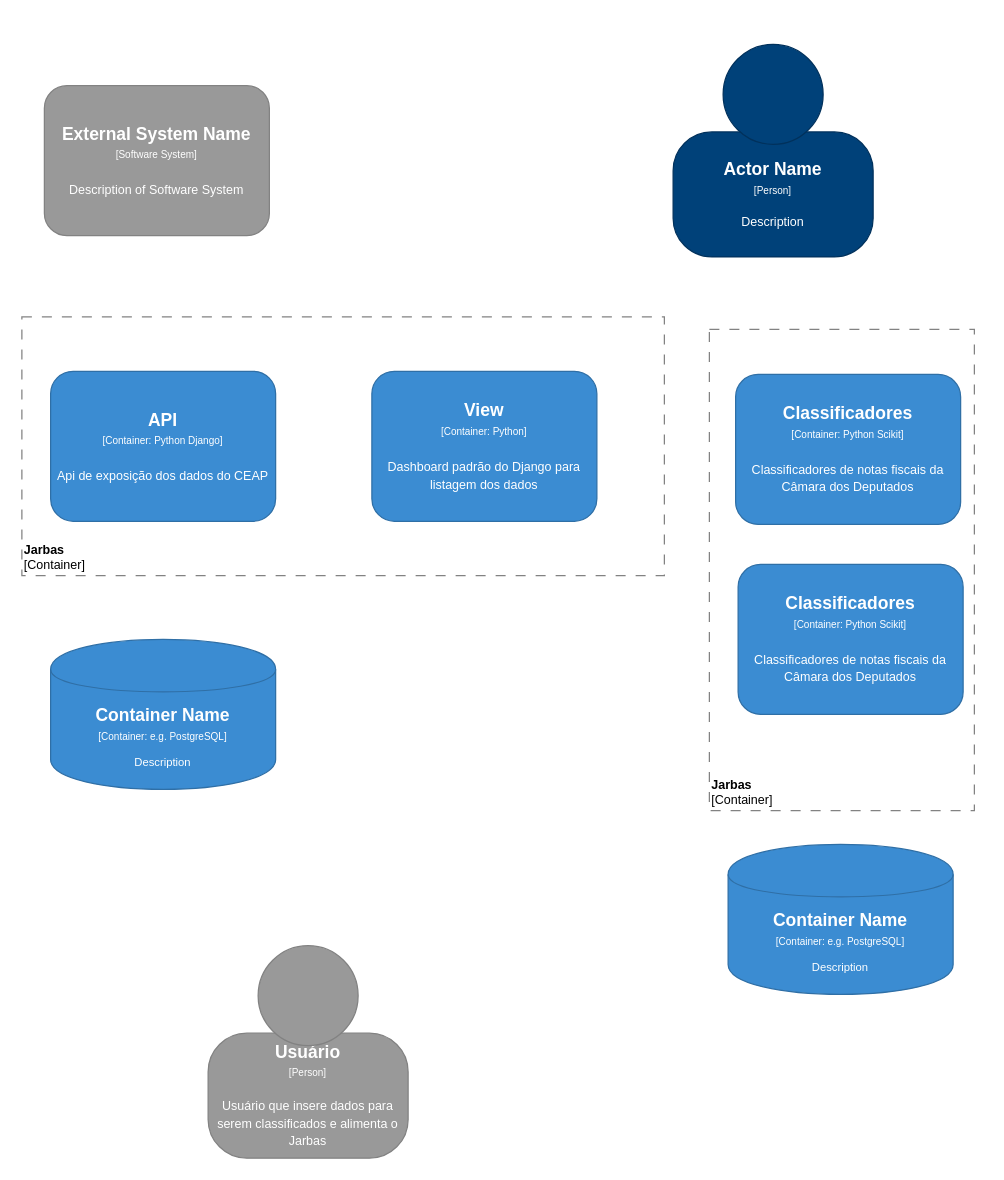
This is page "Containers Rosie e Jarbas" (4 of 5) of content/posts/serenata-de-amor/diagramas.drawio from joaoarthurbm/arqsoft-blog, a draw.io file, before an edit. Source tidied: cells renumbered, new cells numbered last; positions are measured from the earlier drawing's top-left corner, leaving out a move shared by most shapes. Both pictures are drawn from the tidied source at 125%, with x=0, y=0 at pixel (21, 44).
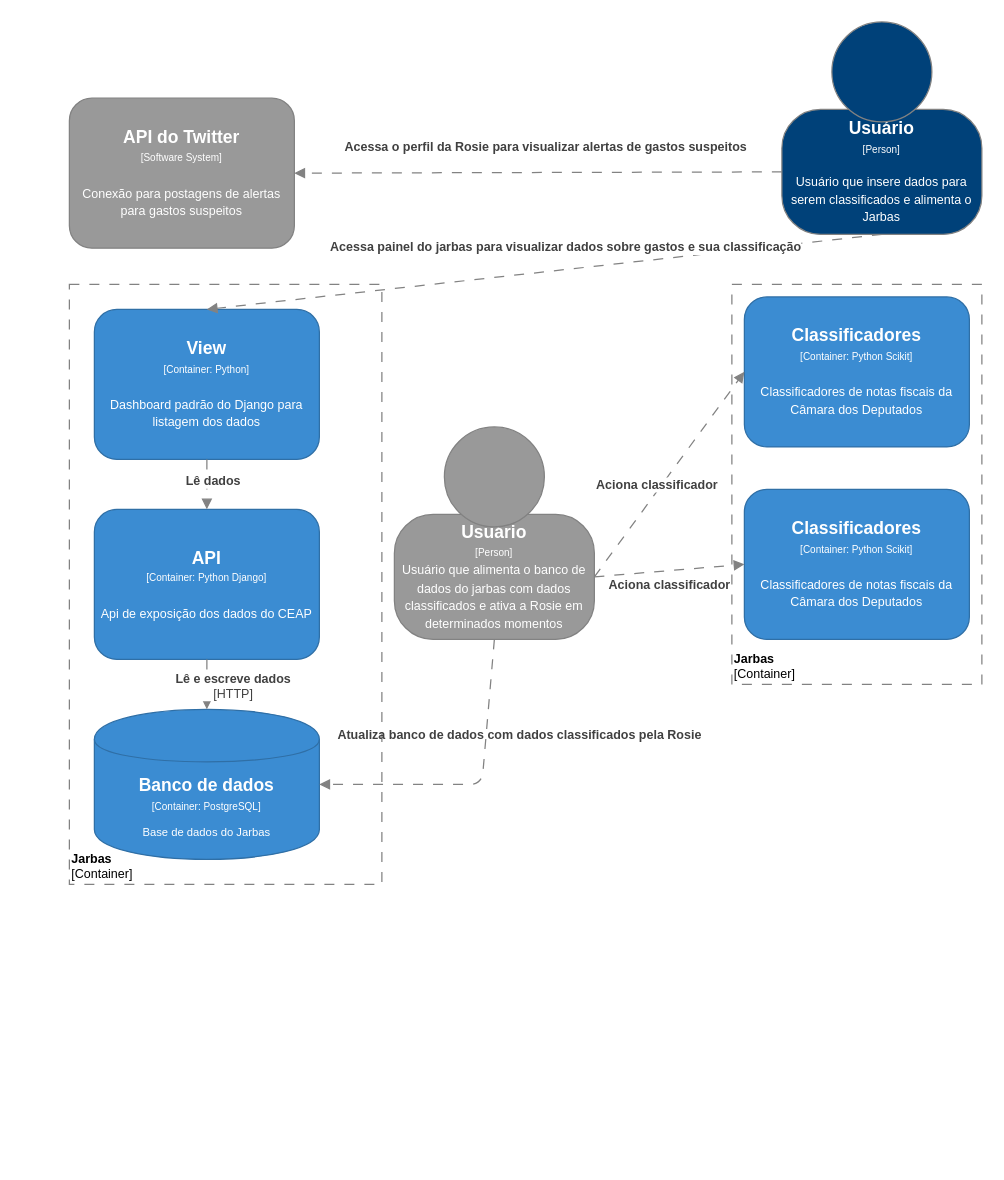
Above is the later version.

The edit, as a diff of the source:
```diff
@@
     <object id="2" label="&lt;font style=&quot;font-size: 10px&quot;&gt;&lt;b&gt;%name%&lt;/b&gt;&lt;br style=&quot;font-size: 10px&quot;&gt;[Container]&lt;/font&gt;" name="Jarbas" placeholders="1">
       <mxCell style="rounded=0;whiteSpace=wrap;html=1;strokeColor=#828282;fillColor=none;fontColor=#000000;align=left;labelPosition=center;verticalLabelPosition=middle;verticalAlign=bottom;dashed=1;strokeWidth=1;perimeterSpacing=0;spacing=2;spacingTop=0;fontSize=10;dashPattern=8 8;" parent="1" vertex="1">
-        <mxGeometry y="218" width="514" height="207" as="geometry" />
+        <mxGeometry x="38" y="192" width="250" height="480" as="geometry" />
       </mxCell>
     </object>
     <object id="3" label="&lt;font style=&quot;font-size: 10px&quot;&gt;&lt;b&gt;%name%&lt;/b&gt;&lt;br style=&quot;font-size: 10px&quot;&gt;[Container]&lt;/font&gt;" name="Jarbas" placeholders="1">
       <mxCell style="rounded=0;whiteSpace=wrap;html=1;strokeColor=#828282;fillColor=none;fontColor=#000000;align=left;labelPosition=center;verticalLabelPosition=middle;verticalAlign=bottom;dashed=1;strokeWidth=1;perimeterSpacing=0;spacing=2;spacingTop=0;fontSize=10;dashPattern=8 8;" parent="1" vertex="1">
-        <mxGeometry x="550" y="228" width="212" height="385" as="geometry" />
+        <mxGeometry x="568" y="192" width="200" height="320" as="geometry" />
       </mxCell>
     </object>
-    <mxCell id="4" style="group;" parent="1" vertex="1">
-      <mxGeometry x="521" width="160" height="170" as="geometry" />
-    </mxCell>
-    <object id="5" label="&lt;div style=&quot;color: rgb(255 , 255 , 255) ; white-space: normal&quot;&gt;&lt;span style=&quot;font-size: 14px&quot;&gt;&lt;b&gt;%name%&lt;/b&gt;&lt;/span&gt;&lt;/div&gt;&lt;div style=&quot;color: rgb(255 , 255 , 255) ; white-space: normal&quot;&gt;&lt;font style=&quot;font-size: 8px&quot;&gt;[Person]&lt;/font&gt;&lt;/div&gt;&lt;div style=&quot;color: rgb(255 , 255 , 255) ; white-space: normal ; font-size: 8px&quot;&gt;&lt;span style=&quot;font-size: x-small&quot;&gt;&lt;br&gt;&lt;/span&gt;&lt;/div&gt;&lt;div style=&quot;color: rgb(255 , 255 , 255) ; white-space: normal&quot;&gt;&lt;font size=&quot;1&quot;&gt;%description%&lt;/font&gt;&lt;/div&gt;" description="Description" name="Actor Name" placeholders="1">
-      <mxCell style="rounded=1;whiteSpace=wrap;html=1;strokeColor=#00315C;fillColor=#004179;fontColor=#000000;arcSize=31;" parent="4" vertex="1">
-        <mxGeometry y="70" width="160" height="100" as="geometry" />
-      </mxCell>
-    </object>
-    <mxCell id="6" style="ellipse;whiteSpace=wrap;html=1;strokeColor=#00315C;fillColor=#004179;fontColor=#000000;" parent="4" vertex="1">
-      <mxGeometry x="40" width="80" height="80" as="geometry" />
-    </mxCell>
-    <object id="7" label="&lt;div style=&quot;color: rgb(255 , 255 , 255) ; white-space: normal&quot;&gt;&lt;span style=&quot;font-size: 14px&quot;&gt;&lt;b&gt;%name%&lt;/b&gt;&lt;/span&gt;&lt;/div&gt;&lt;div style=&quot;color: rgb(255 , 255 , 255) ; font-size: 12px ; white-space: normal&quot;&gt;&lt;font style=&quot;font-size: 8px&quot;&gt;[Container: %technology%]&lt;/font&gt;&lt;/div&gt;&lt;div style=&quot;color: rgb(255 , 255 , 255) ; white-space: normal ; font-size: 8px&quot;&gt;&lt;font style=&quot;line-height: 9.6px&quot;&gt;&lt;br&gt;&lt;/font&gt;&lt;/div&gt;&lt;div style=&quot;color: rgb(255 , 255 , 255) ; white-space: normal&quot;&gt;%description%&lt;/div&gt;" description="Description" name="Container Name" placeholders="1" technology="e.g. PostgreSQL">
-      <mxCell style="shape=cylinder;whiteSpace=wrap;html=1;boundedLbl=1;backgroundOutline=1;strokeColor=#2F6FA6;strokeWidth=1;fillColor=#3B8CD2;fontSize=9;fontColor=#000000;align=center;" parent="1" vertex="1">
-        <mxGeometry x="565" y="640" width="180" height="120" as="geometry" />
-      </mxCell>
-    </object>
     <object id="8" label="&lt;div&gt;&lt;span style=&quot;font-size: 14px&quot;&gt;&lt;b&gt;%name%&lt;/b&gt;&lt;/span&gt;&lt;/div&gt;&lt;div&gt;&lt;span style=&quot;font-size: 8px&quot;&gt;[Container: %technology%]&lt;/span&gt;&lt;/div&gt;&lt;div&gt;&lt;span style=&quot;font-size: 8px&quot;&gt;&lt;br&gt;&lt;/span&gt;&lt;/div&gt;&lt;div&gt;&lt;font size=&quot;1&quot;&gt;%description%&lt;/font&gt;&lt;/div&gt;" description="Classificadores de notas fiscais da Câmara dos Deputados" name="Classificadores" placeholders="1" technology="Python Scikit">
       <mxCell style="rounded=1;whiteSpace=wrap;html=1;fillColor=#3B8CD2;fontColor=#FFFFFF;strokeColor=#2F6FA6;" parent="1" vertex="1">
-        <mxGeometry x="571" y="264" width="180" height="120" as="geometry" />
+        <mxGeometry x="578" y="202" width="180" height="120" as="geometry" />
       </mxCell>
     </object>
     <object id="9" label="&lt;div&gt;&lt;span style=&quot;font-size: 14px&quot;&gt;&lt;b&gt;%name%&lt;/b&gt;&lt;/span&gt;&lt;/div&gt;&lt;div&gt;&lt;span style=&quot;font-size: 8px&quot;&gt;[Container: %technology%]&lt;/span&gt;&lt;/div&gt;&lt;div&gt;&lt;span style=&quot;font-size: 8px&quot;&gt;&lt;br&gt;&lt;/span&gt;&lt;/div&gt;&lt;div&gt;&lt;font size=&quot;1&quot;&gt;%description%&lt;/font&gt;&lt;/div&gt;" description="Dashboard padrão do Django para listagem dos dados" name="View" placeholders="1" technology="Python">
       <mxCell style="rounded=1;whiteSpace=wrap;html=1;fillColor=#3B8CD2;fontColor=#FFFFFF;strokeColor=#2F6FA6;" parent="1" vertex="1">
-        <mxGeometry x="280" y="261.5" width="180" height="120" as="geometry" />
+        <mxGeometry x="58" y="212" width="180" height="120" as="geometry" />
       </mxCell>
     </object>
     <object id="10" label="&lt;div&gt;&lt;span style=&quot;font-size: 14px&quot;&gt;&lt;b&gt;%name%&lt;/b&gt;&lt;/span&gt;&lt;/div&gt;&lt;div&gt;&lt;span style=&quot;font-size: 8px&quot;&gt;[Container: %technology%]&lt;/span&gt;&lt;/div&gt;&lt;div&gt;&lt;span style=&quot;font-size: 8px&quot;&gt;&lt;br&gt;&lt;/span&gt;&lt;/div&gt;&lt;div&gt;&lt;font size=&quot;1&quot;&gt;%description%&lt;/font&gt;&lt;/div&gt;" description="Api de exposição dos dados do CEAP" name="API" placeholders="1" technology="Python Django">
       <mxCell style="rounded=1;whiteSpace=wrap;html=1;fillColor=#3B8CD2;fontColor=#FFFFFF;strokeColor=#2F6FA6;" parent="1" vertex="1">
-        <mxGeometry x="23" y="261.5" width="180" height="120" as="geometry" />
+        <mxGeometry x="58" y="372" width="180" height="120" as="geometry" />
       </mxCell>
     </object>
-    <object id="11" label="&lt;div&gt;&lt;span style=&quot;font-size: 14px&quot;&gt;&lt;b&gt;%name%&lt;/b&gt;&lt;/span&gt;&lt;/div&gt;&lt;div&gt;&lt;span style=&quot;font-size: 8px&quot;&gt;[Software System&lt;/span&gt;&lt;span style=&quot;font-size: 8px&quot;&gt;]&lt;/span&gt;&lt;/div&gt;&lt;div&gt;&lt;span style=&quot;font-size: 8px&quot;&gt;&lt;br&gt;&lt;/span&gt;&lt;/div&gt;&lt;div&gt;&lt;font size=&quot;1&quot;&gt;%description%&lt;/font&gt;&lt;/div&gt;" description="Description of Software System" name="External System Name" placeholders="1">
+    <object id="11" label="&lt;div&gt;&lt;span style=&quot;font-size: 14px&quot;&gt;&lt;b&gt;%name%&lt;/b&gt;&lt;/span&gt;&lt;/div&gt;&lt;div&gt;&lt;span style=&quot;font-size: 8px&quot;&gt;[Software System&lt;/span&gt;&lt;span style=&quot;font-size: 8px&quot;&gt;]&lt;/span&gt;&lt;/div&gt;&lt;div&gt;&lt;span style=&quot;font-size: 8px&quot;&gt;&lt;br&gt;&lt;/span&gt;&lt;/div&gt;&lt;div&gt;&lt;font size=&quot;1&quot;&gt;%description%&lt;/font&gt;&lt;/div&gt;" description="Conexão para postagens de alertas para gastos suspeitos" name="API do Twitter" placeholders="1">
       <mxCell style="rounded=1;whiteSpace=wrap;html=1;fillColor=#999999;fontColor=#FFFFFF;strokeColor=#828282;" parent="1" vertex="1">
-        <mxGeometry x="18" y="33" width="180" height="120" as="geometry" />
+        <mxGeometry x="38" y="43" width="180" height="120" as="geometry" />
       </mxCell>
     </object>
-    <object id="12" label="&lt;div style=&quot;color: rgb(255 , 255 , 255) ; white-space: normal&quot;&gt;&lt;span style=&quot;font-size: 14px&quot;&gt;&lt;b&gt;%name%&lt;/b&gt;&lt;/span&gt;&lt;/div&gt;&lt;div style=&quot;color: rgb(255 , 255 , 255) ; font-size: 12px ; white-space: normal&quot;&gt;&lt;font style=&quot;font-size: 8px&quot;&gt;[Container: %technology%]&lt;/font&gt;&lt;/div&gt;&lt;div style=&quot;color: rgb(255 , 255 , 255) ; white-space: normal ; font-size: 8px&quot;&gt;&lt;font style=&quot;line-height: 9.6px&quot;&gt;&lt;br&gt;&lt;/font&gt;&lt;/div&gt;&lt;div style=&quot;color: rgb(255 , 255 , 255) ; white-space: normal&quot;&gt;%description%&lt;/div&gt;" description="Description" name="Container Name" placeholders="1" technology="e.g. PostgreSQL">
+    <object id="12" label="&lt;div style=&quot;color: rgb(255 , 255 , 255) ; white-space: normal&quot;&gt;&lt;span style=&quot;font-size: 14px&quot;&gt;&lt;b&gt;%name%&lt;/b&gt;&lt;/span&gt;&lt;/div&gt;&lt;div style=&quot;color: rgb(255 , 255 , 255) ; font-size: 12px ; white-space: normal&quot;&gt;&lt;font style=&quot;font-size: 8px&quot;&gt;[Container: %technology%]&lt;/font&gt;&lt;/div&gt;&lt;div style=&quot;color: rgb(255 , 255 , 255) ; white-space: normal ; font-size: 8px&quot;&gt;&lt;font style=&quot;line-height: 9.6px&quot;&gt;&lt;br&gt;&lt;/font&gt;&lt;/div&gt;&lt;div style=&quot;color: rgb(255 , 255 , 255) ; white-space: normal&quot;&gt;%description%&lt;/div&gt;" description="Base de dados do Jarbas" name="Banco de dados " placeholders="1" technology="PostgreSQL">
       <mxCell style="shape=cylinder;whiteSpace=wrap;html=1;boundedLbl=1;backgroundOutline=1;strokeColor=#2F6FA6;strokeWidth=1;fillColor=#3B8CD2;fontSize=9;fontColor=#000000;align=center;" parent="1" vertex="1">
-        <mxGeometry x="23" y="476" width="180" height="120" as="geometry" />
+        <mxGeometry x="58" y="532" width="180" height="120" as="geometry" />
       </mxCell>
     </object>
     <object id="13" label="&lt;div&gt;&lt;span style=&quot;font-size: 14px&quot;&gt;&lt;b&gt;%name%&lt;/b&gt;&lt;/span&gt;&lt;/div&gt;&lt;div&gt;&lt;span style=&quot;font-size: 8px&quot;&gt;[Container: %technology%]&lt;/span&gt;&lt;/div&gt;&lt;div&gt;&lt;span style=&quot;font-size: 8px&quot;&gt;&lt;br&gt;&lt;/span&gt;&lt;/div&gt;&lt;div&gt;&lt;font size=&quot;1&quot;&gt;%description%&lt;/font&gt;&lt;/div&gt;" description="Classificadores de notas fiscais da Câmara dos Deputados" name="Classificadores" placeholders="1" technology="Python Scikit">
       <mxCell style="rounded=1;whiteSpace=wrap;html=1;fillColor=#3B8CD2;fontColor=#FFFFFF;strokeColor=#2F6FA6;" parent="1" vertex="1">
-        <mxGeometry x="573" y="416" width="180" height="120" as="geometry" />
+        <mxGeometry x="578" y="356" width="180" height="120" as="geometry" />
       </mxCell>
     </object>
+    <object id="17" label="&lt;b&gt;%name%&lt;/b&gt;" name="Acessa o perfil da Rosie para visualizar alertas de gastos suspeitos" placeholders="1">
+      <mxCell style="endArrow=block;html=1;fontSize=10;fontColor=#404040;strokeWidth=1;endFill=1;dashed=1;dashPattern=8 8;strokeColor=#828282;elbow=vertical;labelBackgroundColor=none;entryX=1;entryY=0.5;entryDx=0;entryDy=0;exitX=0;exitY=0.5;exitDx=0;exitDy=0;jumpStyle=none;verticalAlign=middle;horizontal=1;" parent="1" edge="1" source="25" target="11">
+        <mxGeometry x="-0.03" y="-20" relative="1" as="geometry" />
+      </mxCell>
+    </object>
+    <object id="18" label="&lt;b&gt;%name%&lt;/b&gt;" name="Acessa painel do jarbas para visualizar dados sobre gastos e sua classificação" placeholders="1">
+      <mxCell style="endArrow=block;html=1;fontSize=10;fontColor=#404040;strokeWidth=1;endFill=1;dashed=1;dashPattern=8 8;strokeColor=#828282;elbow=vertical;labelBackgroundColor=#ffffff;entryX=0.5;entryY=0;entryDx=0;entryDy=0;exitX=0.5;exitY=1;exitDx=0;exitDy=0;jumpStyle=none;verticalAlign=middle;horizontal=1;" parent="1" edge="1" source="25" target="9">
+        <mxGeometry x="-0.07" y="-18" relative="1" as="geometry" />
+      </mxCell>
+    </object>
+    <object id="19" label="&lt;b&gt;%name%&lt;/b&gt;" name="Lê dados" placeholders="1">
+      <mxCell style="endArrow=block;html=1;fontSize=10;fontColor=#404040;strokeWidth=1;endFill=1;dashed=1;dashPattern=8 8;strokeColor=#828282;elbow=vertical;labelBackgroundColor=#ffffff;exitX=0.5;exitY=1;exitDx=0;exitDy=0;jumpStyle=none;verticalAlign=middle;horizontal=1;" parent="1" edge="1" source="9" target="10">
+        <mxGeometry x="-0.08" y="5" relative="1" as="geometry">
+          <mxPoint y="-1" as="offset" />
+        </mxGeometry>
+      </mxCell>
+    </object>
+    <object id="20" label="&lt;b&gt;%name%&lt;/b&gt;&lt;br&gt;[%technology%]&lt;b&gt;&lt;br&gt;&lt;/b&gt;" name="Lê e escreve dados" placeholders="1" technology="HTTP">
+      <mxCell style="endArrow=block;html=1;fontSize=10;fontColor=#404040;strokeWidth=1;endFill=1;dashed=1;dashPattern=8 8;strokeColor=#828282;elbow=vertical;labelBackgroundColor=#ffffff;entryX=0.5;entryY=0;entryDx=0;entryDy=0;exitX=0.5;exitY=1;exitDx=0;exitDy=0;jumpStyle=none;verticalAlign=middle;horizontal=1;" parent="1" edge="1" source="10" target="12">
+        <mxGeometry x="0.04" y="21" relative="1" as="geometry" />
+      </mxCell>
+    </object>
+    <mxCell id="21" style="group;" parent="1" vertex="1">
+      <mxGeometry x="298" y="306" width="160" height="170" as="geometry" />
+    </mxCell>
-    <mxCell id="14" style="group;" parent="1" vertex="1">
-      <mxGeometry x="149" y="721" width="160" height="170" as="geometry" />
+    <mxCell id="14" style="group;" parent="21" vertex="1">
+      <mxGeometry width="160" height="170" as="geometry" />
     </mxCell>
-    <object id="15" label="&lt;div style=&quot;color: rgb(255 , 255 , 255) ; white-space: normal&quot;&gt;&lt;span style=&quot;font-size: 14px&quot;&gt;&lt;b&gt;%name%&lt;/b&gt;&lt;/span&gt;&lt;/div&gt;&lt;div style=&quot;color: rgb(255 , 255 , 255) ; white-space: normal&quot;&gt;&lt;font style=&quot;font-size: 8px&quot;&gt;[Person]&lt;/font&gt;&lt;/div&gt;&lt;div style=&quot;color: rgb(255 , 255 , 255) ; white-space: normal ; font-size: 8px&quot;&gt;&lt;span style=&quot;font-size: x-small&quot;&gt;&lt;br&gt;&lt;/span&gt;&lt;/div&gt;&lt;div style=&quot;color: rgb(255 , 255 , 255) ; white-space: normal&quot;&gt;&lt;font size=&quot;1&quot;&gt;%description%&lt;/font&gt;&lt;/div&gt;" description="Usuário que insere dados para serem classificados e alimenta o Jarbas" name="Usuário" placeholders="1">
+    <object id="15" label="&lt;div style=&quot;color: rgb(255 , 255 , 255) ; white-space: normal&quot;&gt;&lt;span style=&quot;font-size: 14px&quot;&gt;&lt;b&gt;%name%&lt;/b&gt;&lt;/span&gt;&lt;/div&gt;&lt;div style=&quot;color: rgb(255 , 255 , 255) ; white-space: normal&quot;&gt;&lt;font style=&quot;font-size: 8px&quot;&gt;[Person]&lt;/font&gt;&lt;/div&gt;&lt;div style=&quot;color: rgb(255 , 255 , 255) ; white-space: normal&quot;&gt;&lt;font size=&quot;1&quot;&gt;Usuário que alimenta o banco de dados do jarbas com dados classificados e ativa a Rosie em determinados momentos&lt;/font&gt;&lt;/div&gt;" name="Usuário" placeholders="1">
       <mxCell style="rounded=1;whiteSpace=wrap;html=1;strokeColor=#828282;fillColor=#999999;fontColor=#000000;arcSize=31;" parent="14" vertex="1">
         <mxGeometry y="70" width="160" height="100" as="geometry" />
       </mxCell>
     </object>
@@
+    <mxCell id="22" style="group;" parent="1" vertex="1">
+      <mxGeometry x="608" y="-18" width="160" height="170" as="geometry" />
+    </mxCell>
+    <mxCell id="23" style="group;" parent="22" vertex="1">
+      <mxGeometry width="160" height="170" as="geometry" />
+    </mxCell>
+    <mxCell id="24" style="group;" parent="23" vertex="1">
+      <mxGeometry width="160" height="170" as="geometry" />
+    </mxCell>
+    <object id="25" label="&lt;div style=&quot;color: rgb(255 , 255 , 255) ; white-space: normal&quot;&gt;&lt;span style=&quot;font-size: 14px&quot;&gt;&lt;b&gt;%name%&lt;/b&gt;&lt;/span&gt;&lt;/div&gt;&lt;div style=&quot;color: rgb(255 , 255 , 255) ; white-space: normal&quot;&gt;&lt;font style=&quot;font-size: 8px&quot;&gt;[Person]&lt;/font&gt;&lt;/div&gt;&lt;div style=&quot;color: rgb(255 , 255 , 255) ; white-space: normal ; font-size: 8px&quot;&gt;&lt;span style=&quot;font-size: x-small&quot;&gt;&lt;br&gt;&lt;/span&gt;&lt;/div&gt;&lt;div style=&quot;color: rgb(255 , 255 , 255) ; white-space: normal&quot;&gt;&lt;font size=&quot;1&quot;&gt;%description%&lt;/font&gt;&lt;/div&gt;" description="Usuário que insere dados para serem classificados e alimenta o Jarbas" name="Usuário" placeholders="1">
+      <mxCell style="rounded=1;whiteSpace=wrap;html=1;strokeColor=#828282;fontColor=#000000;arcSize=31;fillColor=#004179;" parent="24" vertex="1">
+        <mxGeometry y="70" width="160" height="100" as="geometry" />
+      </mxCell>
+    </object>
+    <mxCell id="26" style="ellipse;whiteSpace=wrap;html=1;strokeColor=#828282;fontColor=#000000;fillColor=#004179;" parent="24" vertex="1">
+      <mxGeometry x="40" width="80" height="80" as="geometry" />
+    </mxCell>
+    <object id="27" label="&lt;b&gt;%name%&lt;/b&gt;" name="Aciona classificador" placeholders="1">
+      <mxCell style="endArrow=block;html=1;fontSize=10;fontColor=#404040;strokeWidth=1;endFill=1;dashed=1;dashPattern=8 8;strokeColor=#828282;elbow=vertical;labelBackgroundColor=none;entryX=0;entryY=0.5;entryDx=0;entryDy=0;exitX=1;exitY=0.5;exitDx=0;exitDy=0;jumpStyle=none;verticalAlign=middle;horizontal=1;" parent="1" edge="1" source="15" target="13">
+        <mxGeometry x="-0.02" y="-11" relative="1" as="geometry" />
+      </mxCell>
+    </object>
+    <object id="28" label="&lt;b&gt;%name%&lt;/b&gt;" name="Aciona classificador" placeholders="1">
+      <mxCell style="endArrow=block;html=1;fontSize=10;fontColor=#404040;strokeWidth=1;endFill=1;dashed=1;dashPattern=8 8;strokeColor=#828282;elbow=vertical;labelBackgroundColor=#ffffff;entryX=0;entryY=0.5;entryDx=0;entryDy=0;exitX=1;exitY=0.5;exitDx=0;exitDy=0;jumpStyle=none;verticalAlign=middle;horizontal=1;" parent="1" edge="1" source="15" target="8">
+        <mxGeometry x="-0.12" y="3" relative="1" as="geometry" />
+      </mxCell>
+    </object>
+    <object id="29" label="&lt;b&gt;%name%&lt;/b&gt;" name="Atualiza banco de dados com dados classificados pela Rosie" placeholders="1">
+      <mxCell style="endArrow=block;html=1;fontSize=10;fontColor=#404040;strokeWidth=1;endFill=1;dashed=1;dashPattern=8 8;strokeColor=#828282;elbow=vertical;labelBackgroundColor=none;entryX=1;entryY=0.5;entryDx=0;entryDy=0;exitX=0.5;exitY=1;exitDx=0;exitDy=0;jumpStyle=none;verticalAlign=middle;horizontal=1;" parent="1" edge="1" source="15" target="12">
+        <mxGeometry x="-0.4" y="26" relative="1" as="geometry">
+          <Array as="points">
+            <mxPoint x="368" y="592" />
+          </Array>
+        </mxGeometry>
+      </mxCell>
+    </object>
```
